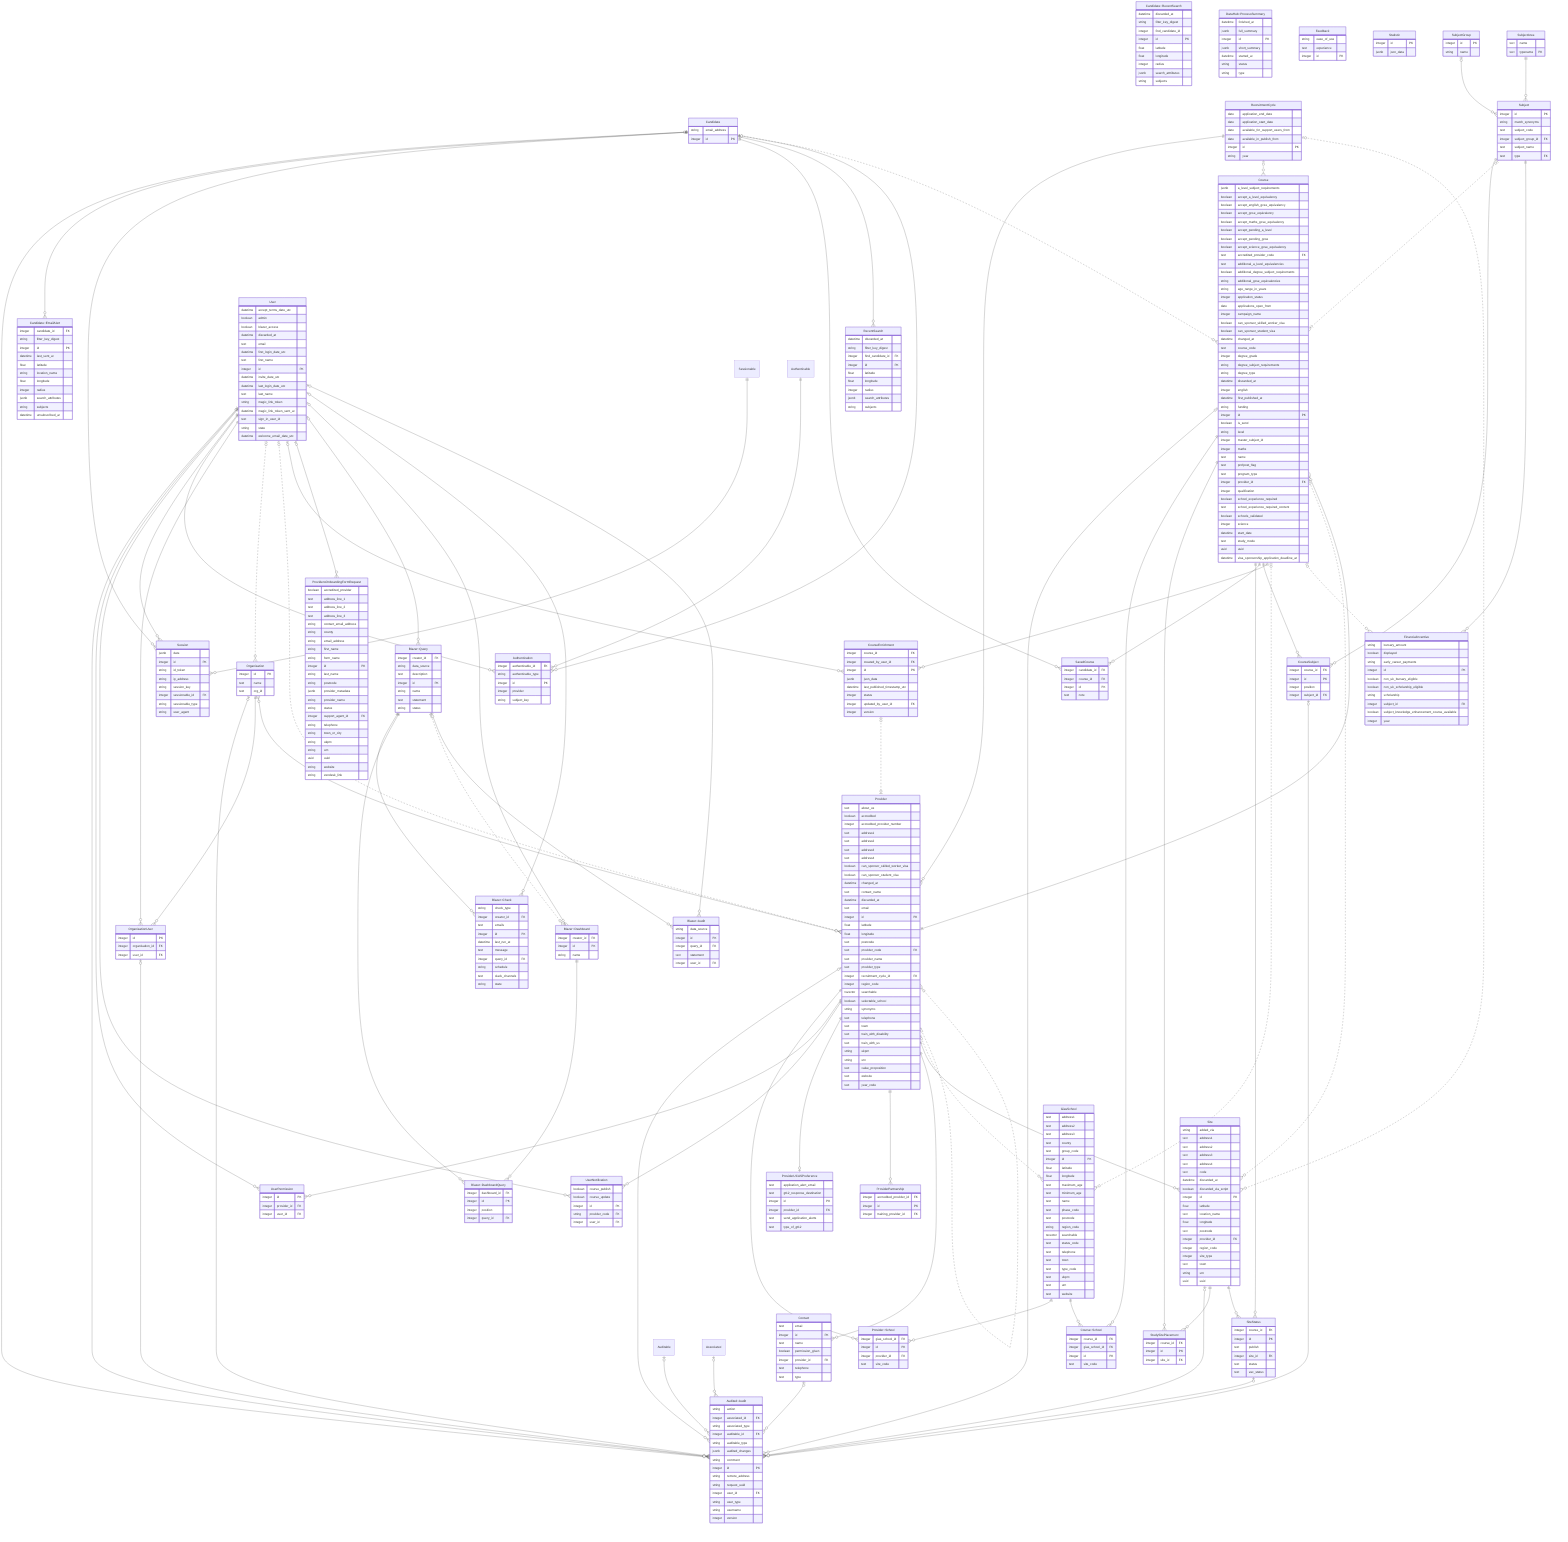
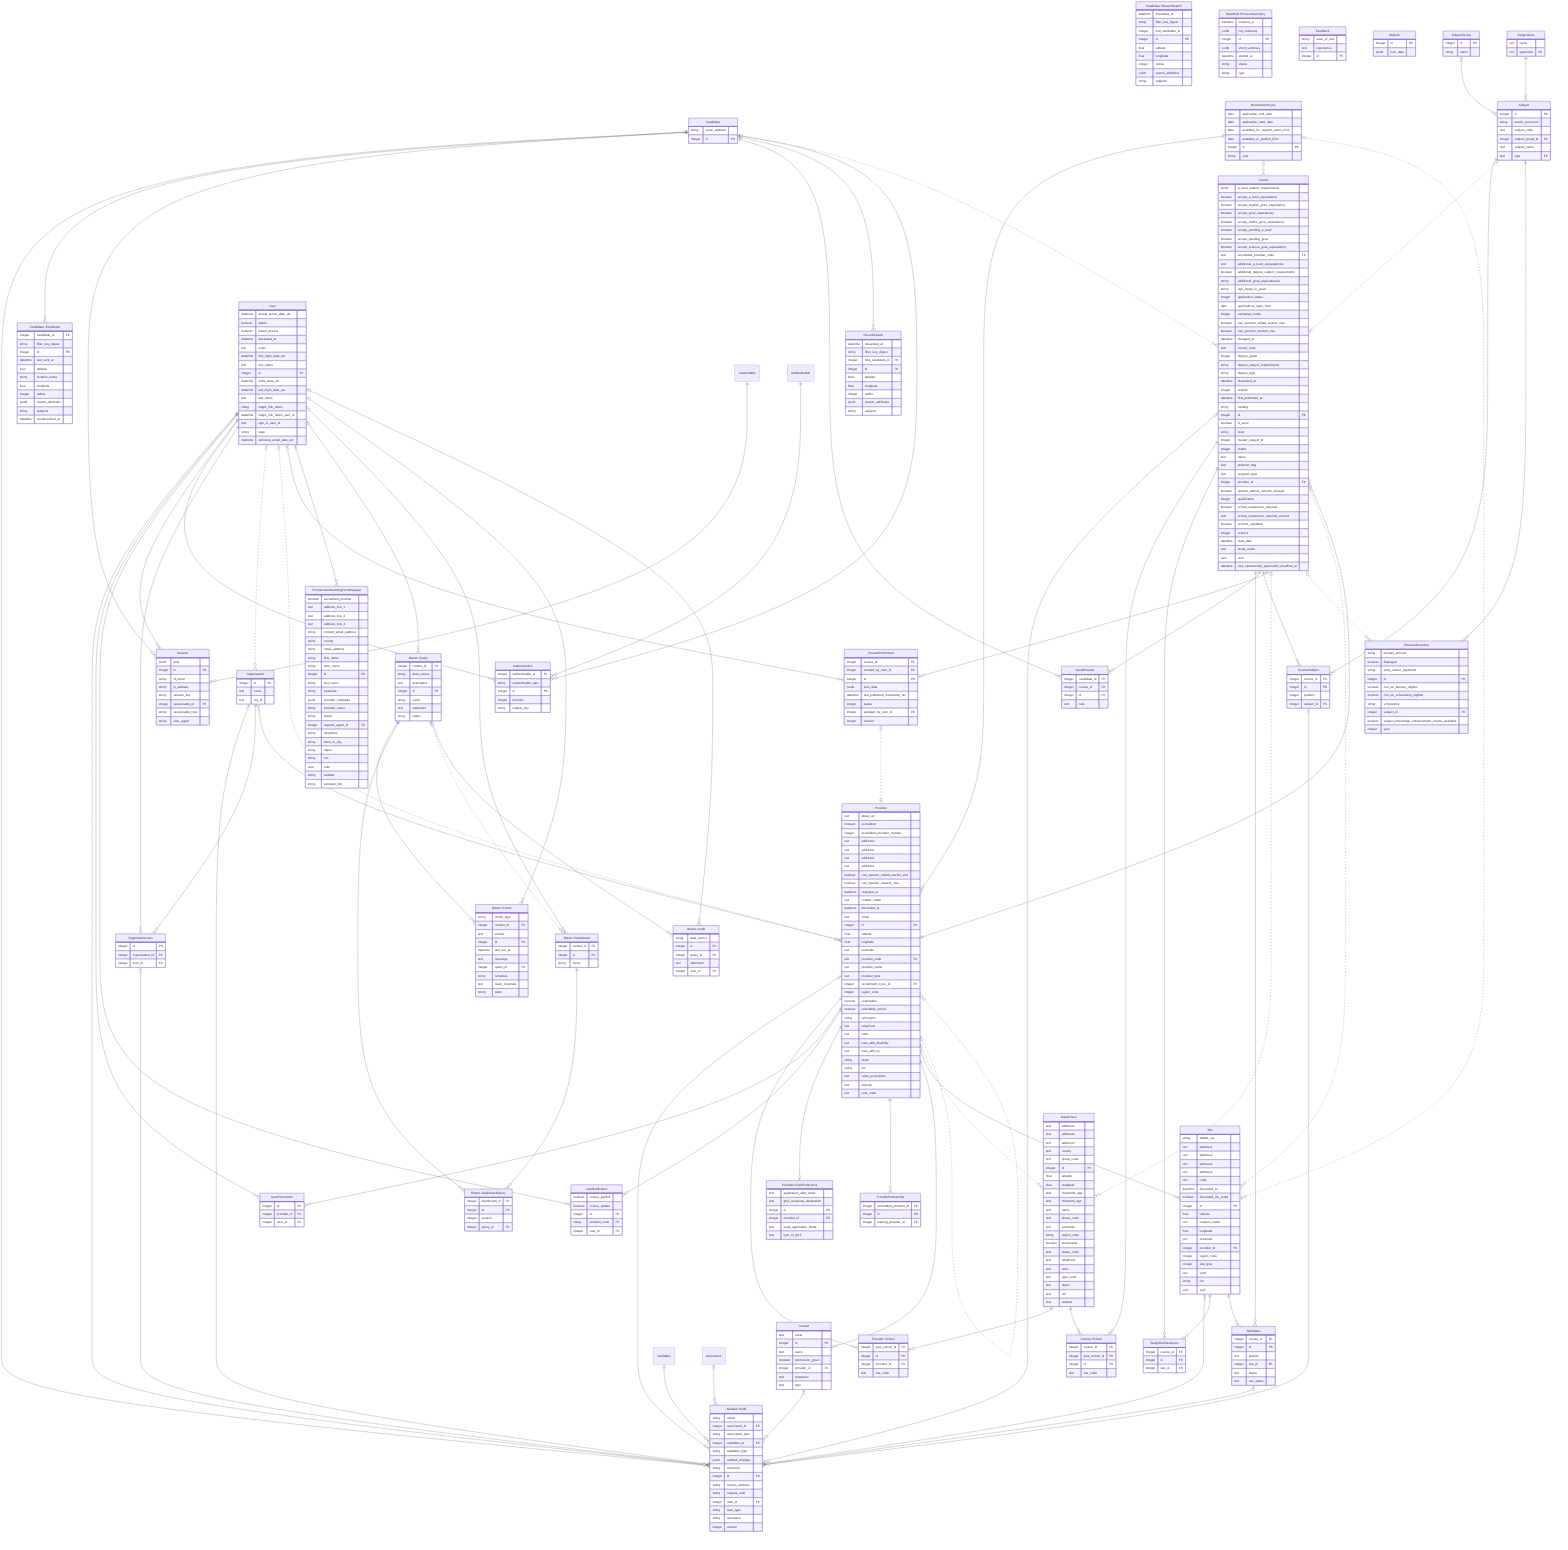
erDiagram
	direction TB
	"Audited::Audit" {
		string action
		integer associated_id FK
		string associated_type
		integer auditable_id FK
		string auditable_type
		jsonb audited_changes
		string comment
		integer id PK
		string remote_address
		string request_uuid
		integer user_id FK
		string user_type
		string username
		integer version
	}
	Authentication {
		integer authenticable_id FK
		string authenticable_type
		integer id PK
		integer provider
		string subject_key
	}
	"Blazer::Audit" {
		string data_source
		integer id PK
		integer query_id FK
		text statement
		integer user_id FK
	}
	"Blazer::Check" {
		string check_type
		integer creator_id FK
		text emails
		integer id PK
		datetime last_run_at
		text message
		integer query_id FK
		string schedule
		text slack_channels
		string state
	}
	"Blazer::Dashboard" {
		integer creator_id FK
		integer id PK
		string name
	}
	"Blazer::DashboardQuery" {
		integer dashboard_id FK
		integer id PK
		integer position
		integer query_id FK
	}
	"Blazer::Query" {
		integer creator_id FK
		string data_source
		text description
		integer id PK
		string name
		text statement
		string status
	}
	Candidate {
		string email_address
		integer id PK
	}
	"Candidate::EmailAlert" {
		integer candidate_id FK
		string filter_key_digest
		integer id PK
		datetime last_sent_at
		float latitude
		string location_name
		float longitude
		integer radius
		jsonb search_attributes
		string subjects
		datetime unsubscribed_at
	}
	"Candidate::RecentSearch" {
		datetime discarded_at
		string filter_key_digest
		integer find_candidate_id
		integer id PK
		float latitude
		float longitude
		integer radius
		jsonb search_attributes
		string subjects
	}
	Contact {
		text email
		integer id PK
		text name
		boolean permission_given
		integer provider_id FK
		text telephone
		text type
	}
	Course {
		jsonb a_level_subject_requirements
		boolean accept_a_level_equivalency
		boolean accept_english_gcse_equivalency
		boolean accept_gcse_equivalency
		boolean accept_maths_gcse_equivalency
		boolean accept_pending_a_level
		boolean accept_pending_gcse
		boolean accept_science_gcse_equivalency
		text accredited_provider_code FK
		text additional_a_level_equivalencies
		boolean additional_degree_subject_requirements
		string additional_gcse_equivalencies
		string age_range_in_years
		integer application_status
		date applications_open_from
		integer campaign_name
		boolean can_sponsor_skilled_worker_visa
		boolean can_sponsor_student_visa
		datetime changed_at
		text course_code
		integer degree_grade
		string degree_subject_requirements
		string degree_type
		datetime discarded_at
		integer english
		datetime first_published_at
		string funding
		integer id PK
		boolean is_send
		string level
		integer master_subject_id
		integer maths
		text name
		text profpost_flag
		text program_type
		integer provider_id FK
+ 		boolean publish_without_schools_allowed
		integer qualification
		boolean school_experience_required
		text school_experience_required_content
		boolean schools_validated
		integer science
		datetime start_date
		text study_mode
		uuid uuid
		datetime visa_sponsorship_application_deadline_at
	}
	"Course::School" {
		integer course_id FK
		integer gias_school_id FK
		integer id PK
		text site_code
	}
	CourseEnrichment {
		integer course_id FK
		integer created_by_user_id FK
		integer id PK
		jsonb json_data
		datetime last_published_timestamp_utc
		integer status
		integer updated_by_user_id FK
		integer version
	}
	CourseSubject {
		integer course_id FK
		integer id PK
		integer position
		integer subject_id FK
	}
	"DataHub::ProcessSummary" {
		datetime finished_at
		jsonb full_summary
		integer id PK
		jsonb short_summary
		datetime started_at
		string status
		string type
	}
	Feedback {
		string ease_of_use
		text experience
		integer id PK
	}
	FinancialIncentive {
		string bursary_amount
		boolean displayed
		string early_career_payments
		integer id PK
		boolean non_uk_bursary_eligible
		boolean non_uk_scholarship_eligible
		string scholarship
		integer subject_id FK
		boolean subject_knowledge_enhancement_course_available
		integer year
	}
	GiasSchool {
		text address1
		text address2
		text address3
		text county
		text group_code
		integer id PK
		float latitude
		float longitude
		text maximum_age
		text minimum_age
		text name
		text phase_code
		text postcode
		string region_code
		tsvector searchable
		text status_code
		text telephone
		text town
		text type_code
		text ukprn
		text urn
		text website
	}
	Organisation {
		integer id PK
		text name
		text org_id
	}
	OrganisationUser {
		integer id PK
		integer organisation_id FK
		integer user_id FK
	}
	Provider {
		text about_us
		boolean accredited
		integer accredited_provider_number
		text address1
		text address2
		text address3
		text address4
		boolean can_sponsor_skilled_worker_visa
		boolean can_sponsor_student_visa
		datetime changed_at
		text contact_name
		datetime discarded_at
		text email
		integer id PK
		float latitude
		float longitude
		text postcode
		text provider_code FK
		text provider_name
		text provider_type
		integer recruitment_cycle_id FK
		integer region_code
		tsvector searchable
		boolean selectable_school
		string synonyms
		text telephone
		text town
		text train_with_disability
		text train_with_us
		string ukprn
		string urn
		text value_proposition
		text website
		text year_code
	}
	"Provider::School" {
		integer gias_school_id FK
		integer id PK
		integer provider_id FK
		text site_code
	}
	ProviderPartnership {
		integer accredited_provider_id FK
		integer id PK
		integer training_provider_id FK
	}
	ProviderUCASPreference {
		text application_alert_email
		text gt12_response_destination
		integer id PK
		integer provider_id FK
		text send_application_alerts
		text type_of_gt12
	}
	ProvidersOnboardingFormRequest {
		boolean accredited_provider
		text address_line_1
		text address_line_2
		text address_line_3
		string contact_email_address
		string county
		string email_address
		string first_name
		string form_name
		integer id PK
		string last_name
		string postcode
		jsonb provider_metadata
		string provider_name
		string status
		integer support_agent_id FK
		string telephone
		string town_or_city
		string ukprn
		string urn
		uuid uuid
		string website
		string zendesk_link
	}
	RecentSearch {
		datetime discarded_at
		string filter_key_digest
		integer find_candidate_id FK
		integer id PK
		float latitude
		float longitude
		integer radius
		jsonb search_attributes
		string subjects
	}
	RecruitmentCycle {
		date application_end_date
		date application_start_date
		date available_for_support_users_from
		date available_in_publish_from
		integer id PK
		string year
	}
	SavedCourse {
		integer candidate_id FK
		integer course_id FK
		integer id PK
		text note
	}
	Session {
		jsonb data
		integer id PK
		string id_token
		string ip_address
		string session_key
		integer sessionable_id FK
		string sessionable_type
		string user_agent
	}
	Site {
		string added_via
		text address1
		text address2
		text address3
		text address4
		text code
		datetime discarded_at
		boolean discarded_via_script
		integer id PK
		float latitude
		text location_name
		float longitude
		text postcode
		integer provider_id FK
		integer region_code
		integer site_type
		text town
		string urn
		uuid uuid
	}
	SiteStatus {
		integer course_id FK
		integer id PK
		text publish
		integer site_id FK
		text status
		text vac_status
	}
	Statistic {
		integer id PK
		jsonb json_data
	}
	StudySitePlacement {
		integer course_id FK
		integer id PK
		integer site_id FK
	}
	Subject {
		integer id PK
		string match_synonyms
		text subject_code
		integer subject_group_id FK
		text subject_name
		text type FK
	}
	SubjectArea {
		text name
		text typename PK
	}
	SubjectGroup {
		integer id PK
		string name
	}
	User {
		datetime accept_terms_date_utc
		boolean admin
		boolean blazer_access
		datetime discarded_at
		text email
		datetime first_login_date_utc
		text first_name
		integer id PK
		datetime invite_date_utc
		datetime last_login_date_utc
		text last_name
		string magic_link_token
		datetime magic_link_token_sent_at
		text sign_in_user_id
		string state
		datetime welcome_email_date_utc
	}
	UserNotification {
		boolean course_publish
		boolean course_update
		integer id PK
		string provider_code FK
		integer user_id FK
	}
	UserPermission {
		integer id PK
		integer provider_id FK
		integer user_id FK
	}
	Auditable o|--}o "Audited::Audit" : ""
	Candidate o|--}o "Audited::Audit" : ""
	Contact o|--}o "Audited::Audit" : ""
	Course o|--}o "Audited::Audit" : ""
	CourseSubject o|--}o "Audited::Audit" : ""
	Organisation o|--}o "Audited::Audit" : ""
	OrganisationUser o|--}o "Audited::Audit" : ""
	Provider o|--}o "Audited::Audit" : ""
	Site o|--}o "Audited::Audit" : ""
	SiteStatus o|--}o "Audited::Audit" : ""
	User o|--}o "Audited::Audit" : ""
	Associated o|--}o "Audited::Audit" : ""
	Provider ||--}o "Provider::School" : ""
	GiasSchool ||--}o "Provider::School" : ""
	Course ||--}o "Course::School" : ""
	GiasSchool ||--}o "Course::School" : ""
	Candidate ||--}o "Candidate::EmailAlert" : ""
	User ||--}o UserPermission : ""
	Provider ||--}o UserPermission : ""
	User ||--}o UserNotification : ""
	Provider ||--}o UserNotification : ""
	Sessionable ||--}o Session : ""
	Candidate ||--}o Session : ""
	User ||--}o Session : ""
	Authenticable ||--}o Authentication : ""
	User ||--}o Authentication : ""
	User ||--}o OrganisationUser : ""
	User o|..}o Organisation : ""
	User o|..}o Provider : ""
	User o|--}o CourseEnrichment : ""
	User o|--}o ProvidersOnboardingFormRequest : ""
	SubjectGroup o|--}o Subject : ""
	SubjectArea ||--}o Subject : ""
	Subject ||--}o CourseSubject : ""
	Subject o|..}| Course : ""
	Subject ||--}o FinancialIncentive : ""
	Course ||--}o StudySitePlacement : ""
	Site ||--}o StudySitePlacement : ""
	Site ||--}o SiteStatus : ""
	Course ||--}o SiteStatus : ""
	Candidate ||--}o SavedCourse : ""
	Course ||--}o SavedCourse : ""
	RecruitmentCycle ||--}o Provider : ""
	RecruitmentCycle o|..}o Course : ""
	RecruitmentCycle o|..}o Site : ""
	Candidate ||--}o RecentSearch : ""
	Provider ||--|o ProviderUCASPreference : ""
	Provider ||--}o ProviderPartnership : ""
	Organisation ||--}o OrganisationUser : ""
	Organisation o{--}o Provider : ""
	Course ||--}o CourseSubject : ""
	Course ||--}o CourseEnrichment : ""
	CourseEnrichment o|..|o Provider : ""
	Provider ||--}o Contact : ""
	Candidate o|--}o Authentication : ""
	Candidate o|..}o Course : ""
	Provider ||--}o Site : ""
	Provider o|..}o GiasSchool : ""
	Provider ||--}o Course : ""
	Provider o|..}o Provider : ""
	Course o|..}o GiasSchool : ""
	Course o|..}o FinancialIncentive : ""
	Course o|..}o Site : ""
	User o|--}o "Blazer::Query" : ""
	"Blazer::Query" ||--}o "Blazer::Check" : ""
	"Blazer::Query" ||--}o "Blazer::DashboardQuery" : ""
	"Blazer::Query" o|..}o "Blazer::Dashboard" : ""
	"Blazer::Query" o|--}o "Blazer::Audit" : ""
	"Blazer::Dashboard" ||--}o "Blazer::DashboardQuery" : ""
	User o|--}o "Blazer::Dashboard" : ""
	User o|--}o "Blazer::Check" : ""
	User o|--}o "Blazer::Audit" : ""